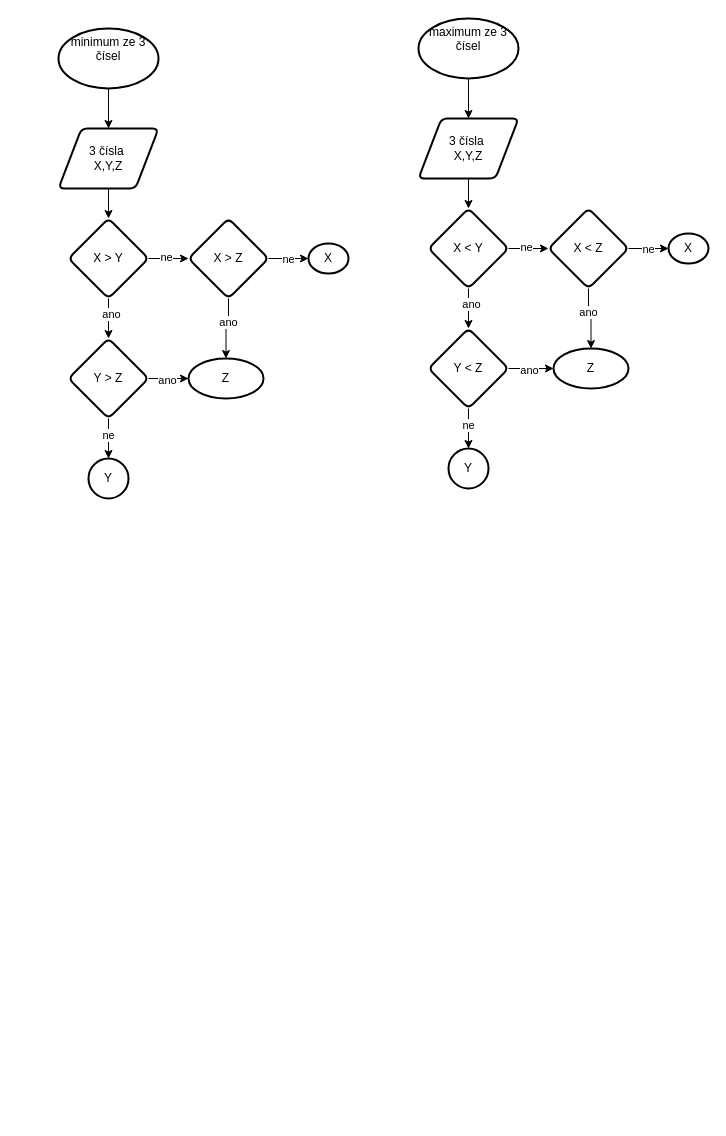
Above: 2023_IT/Algoritmy_VD/min_max_ze_tri_cisel_a_v_poli.drawio in JaroslavHolecek/SPS_for_students (draw.io), before the change. Source tidied: cells renumbered, new cells numbered last; positions are measured from the earlier drawing's top-left corner, leaving out a move shared by most shapes. Both pictures are drawn from the tidied source at 100%, with x=0, y=0 at pixel (58, 18).
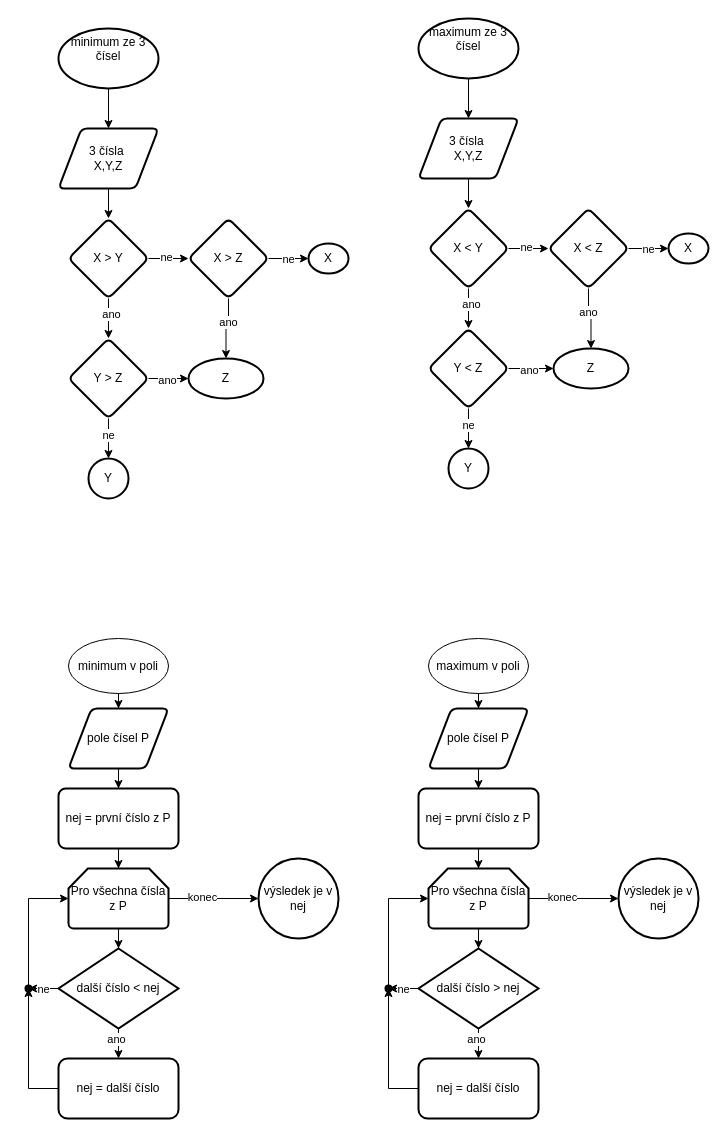
The same diagram, later.

The edit, as a diff of the source:
```diff
@@
+    <mxCell id="46" style="edgeStyle=orthogonalEdgeStyle;rounded=0;jettySize=auto;html=1;" parent="1" edge="1" source="47" target="49">
+      <mxGeometry relative="1" as="geometry" />
+    </mxCell>
+    <mxCell id="47" value="minimum v poli" style="ellipse;whiteSpace=wrap;html=1;" parent="1" vertex="1">
+      <mxGeometry x="10" y="620" width="100" height="55" as="geometry" />
+    </mxCell>
+    <mxCell id="48" style="edgeStyle=orthogonalEdgeStyle;rounded=0;jettySize=auto;html=1;" parent="1" edge="1" source="49" target="51">
+      <mxGeometry relative="1" as="geometry" />
+    </mxCell>
+    <mxCell id="49" value="pole čísel P" style="shape=parallelogram;html=1;strokeWidth=2;perimeter=parallelogramPerimeter;whiteSpace=wrap;rounded=1;arcSize=12;size=0.23;" parent="1" vertex="1">
+      <mxGeometry x="10" y="690" width="100" height="60" as="geometry" />
+    </mxCell>
+    <mxCell id="50" style="edgeStyle=orthogonalEdgeStyle;rounded=0;jettySize=auto;html=1;" parent="1" edge="1" source="51" target="55">
+      <mxGeometry relative="1" as="geometry" />
+    </mxCell>
+    <mxCell id="51" value="nej = první číslo z P" style="rounded=1;whiteSpace=wrap;html=1;strokeWidth=2;arcSize=12;" parent="1" vertex="1">
+      <mxGeometry y="770" width="120" height="60" as="geometry" />
+    </mxCell>
+    <mxCell id="52" style="edgeStyle=orthogonalEdgeStyle;rounded=0;jettySize=auto;html=1;" parent="1" edge="1" source="55" target="60">
+      <mxGeometry relative="1" as="geometry" />
+    </mxCell>
+    <mxCell id="53" style="edgeStyle=orthogonalEdgeStyle;rounded=0;jettySize=auto;html=1;" parent="1" edge="1" source="55" target="65">
+      <mxGeometry relative="1" as="geometry" />
+    </mxCell>
+    <mxCell id="54" value="konec" style="edgeLabel;html=1;align=center;verticalAlign=middle;" parent="53" vertex="1">
+      <mxGeometry x="-0.26" y="2" relative="1" as="geometry" />
+    </mxCell>
+    <mxCell id="55" value="Pro všechna čísla z P" style="strokeWidth=2;html=1;shape=mxgraph.flowchart.loop_limit;whiteSpace=wrap;" parent="1" vertex="1">
+      <mxGeometry x="10" y="850" width="100" height="60" as="geometry" />
+    </mxCell>
+    <mxCell id="56" style="edgeStyle=orthogonalEdgeStyle;rounded=0;jettySize=auto;html=1;" parent="1" edge="1" source="60" target="62">
+      <mxGeometry relative="1" as="geometry" />
+    </mxCell>
+    <mxCell id="57" value="ano" style="edgeLabel;html=1;align=center;verticalAlign=middle;" parent="56" vertex="1">
+      <mxGeometry x="0.18" y="-3" relative="1" as="geometry" />
+    </mxCell>
+    <mxCell id="58" style="edgeStyle=orthogonalEdgeStyle;rounded=0;jettySize=auto;html=1;entryX=0.2;entryY=0.45;entryDx=0;entryDy=0;entryPerimeter=0;" parent="1" edge="1" source="60" target="64">
+      <mxGeometry relative="1" as="geometry" />
+    </mxCell>
+    <mxCell id="59" value="ne" style="edgeLabel;html=1;align=center;verticalAlign=middle;" parent="58" vertex="1">
+      <mxGeometry x="-0.31" relative="1" as="geometry" />
+    </mxCell>
+    <mxCell id="60" value="další číslo &amp;lt; nej" style="rhombus;whiteSpace=wrap;html=1;strokeWidth=2;" parent="1" vertex="1">
+      <mxGeometry y="930" width="120" height="80" as="geometry" />
+    </mxCell>
+    <mxCell id="61" style="edgeStyle=orthogonalEdgeStyle;rounded=0;jettySize=auto;html=1;" parent="1" edge="1" source="62" target="64">
+      <mxGeometry relative="1" as="geometry" />
+    </mxCell>
+    <mxCell id="62" value="nej = další číslo" style="rounded=1;whiteSpace=wrap;html=1;strokeWidth=2;" parent="1" vertex="1">
+      <mxGeometry y="1040" width="120" height="60" as="geometry" />
+    </mxCell>
+    <mxCell id="63" style="edgeStyle=orthogonalEdgeStyle;rounded=0;jettySize=auto;html=1;" parent="1" edge="1" source="64" target="55">
+      <mxGeometry relative="1" as="geometry">
+        <Array as="points">
+          <mxPoint x="-30" y="880" />
+        </Array>
+      </mxGeometry>
+    </mxCell>
+    <mxCell id="64" style="shape=waypoint;sketch=0;size=6;points=[];fillColor=default;perimeter=centerPerimeter;snapToPoint=1;rounded=1;strokeWidth=2;" parent="1" vertex="1">
+      <mxGeometry x="-40" y="960" width="20" height="20" as="geometry" />
+    </mxCell>
+    <mxCell id="65" value="výsledek je v nej" style="ellipse;whiteSpace=wrap;html=1;strokeWidth=2;" parent="1" vertex="1">
+      <mxGeometry x="200" y="840" width="80" height="80" as="geometry" />
+    </mxCell>
+    <mxCell id="66" style="edgeStyle=orthogonalEdgeStyle;rounded=0;jettySize=auto;html=1;" parent="1" edge="1" source="67" target="69">
+      <mxGeometry relative="1" as="geometry" />
+    </mxCell>
+    <mxCell id="67" value="maximum v poli" style="ellipse;whiteSpace=wrap;html=1;" parent="1" vertex="1">
+      <mxGeometry x="370" y="620" width="100" height="55" as="geometry" />
+    </mxCell>
+    <mxCell id="68" style="edgeStyle=orthogonalEdgeStyle;rounded=0;jettySize=auto;html=1;" parent="1" edge="1" source="69" target="71">
+      <mxGeometry relative="1" as="geometry" />
+    </mxCell>
+    <mxCell id="69" value="pole čísel P" style="shape=parallelogram;html=1;strokeWidth=2;perimeter=parallelogramPerimeter;whiteSpace=wrap;rounded=1;arcSize=12;size=0.23;" parent="1" vertex="1">
+      <mxGeometry x="370" y="690" width="100" height="60" as="geometry" />
+    </mxCell>
+    <mxCell id="70" style="edgeStyle=orthogonalEdgeStyle;rounded=0;jettySize=auto;html=1;" parent="1" edge="1" source="71" target="75">
+      <mxGeometry relative="1" as="geometry" />
+    </mxCell>
+    <mxCell id="71" value="nej = první číslo z P" style="rounded=1;whiteSpace=wrap;html=1;strokeWidth=2;arcSize=12;" parent="1" vertex="1">
+      <mxGeometry x="360" y="770" width="120" height="60" as="geometry" />
+    </mxCell>
+    <mxCell id="72" style="edgeStyle=orthogonalEdgeStyle;rounded=0;jettySize=auto;html=1;" parent="1" edge="1" source="75" target="80">
+      <mxGeometry relative="1" as="geometry" />
+    </mxCell>
+    <mxCell id="73" style="edgeStyle=orthogonalEdgeStyle;rounded=0;jettySize=auto;html=1;" parent="1" edge="1" source="75" target="85">
+      <mxGeometry relative="1" as="geometry" />
+    </mxCell>
+    <mxCell id="74" value="konec" style="edgeLabel;html=1;align=center;verticalAlign=middle;" parent="73" vertex="1">
+      <mxGeometry x="-0.26" y="2" relative="1" as="geometry" />
+    </mxCell>
+    <mxCell id="75" value="Pro všechna čísla z P" style="strokeWidth=2;html=1;shape=mxgraph.flowchart.loop_limit;whiteSpace=wrap;" parent="1" vertex="1">
+      <mxGeometry x="370" y="850" width="100" height="60" as="geometry" />
+    </mxCell>
+    <mxCell id="76" style="edgeStyle=orthogonalEdgeStyle;rounded=0;jettySize=auto;html=1;" parent="1" edge="1" source="80" target="82">
+      <mxGeometry relative="1" as="geometry" />
+    </mxCell>
+    <mxCell id="77" value="ano" style="edgeLabel;html=1;align=center;verticalAlign=middle;" parent="76" vertex="1">
+      <mxGeometry x="0.18" y="-3" relative="1" as="geometry" />
+    </mxCell>
+    <mxCell id="78" style="edgeStyle=orthogonalEdgeStyle;rounded=0;jettySize=auto;html=1;entryX=0.2;entryY=0.45;entryDx=0;entryDy=0;entryPerimeter=0;" parent="1" edge="1" source="80" target="84">
+      <mxGeometry relative="1" as="geometry" />
+    </mxCell>
+    <mxCell id="79" value="ne" style="edgeLabel;html=1;align=center;verticalAlign=middle;" parent="78" vertex="1">
+      <mxGeometry x="-0.31" relative="1" as="geometry" />
+    </mxCell>
+    <mxCell id="80" value="další číslo &amp;gt; nej" style="rhombus;whiteSpace=wrap;html=1;strokeWidth=2;" parent="1" vertex="1">
+      <mxGeometry x="360" y="930" width="120" height="80" as="geometry" />
+    </mxCell>
+    <mxCell id="81" style="edgeStyle=orthogonalEdgeStyle;rounded=0;jettySize=auto;html=1;" parent="1" edge="1" source="82" target="84">
+      <mxGeometry relative="1" as="geometry" />
+    </mxCell>
+    <mxCell id="82" value="nej = další číslo" style="rounded=1;whiteSpace=wrap;html=1;strokeWidth=2;" parent="1" vertex="1">
+      <mxGeometry x="360" y="1040" width="120" height="60" as="geometry" />
+    </mxCell>
+    <mxCell id="83" style="edgeStyle=orthogonalEdgeStyle;rounded=0;jettySize=auto;html=1;" parent="1" edge="1" source="84" target="75">
+      <mxGeometry relative="1" as="geometry">
+        <Array as="points">
+          <mxPoint x="330" y="880" />
+        </Array>
+      </mxGeometry>
+    </mxCell>
+    <mxCell id="84" style="shape=waypoint;sketch=0;size=6;points=[];fillColor=default;perimeter=centerPerimeter;snapToPoint=1;rounded=1;strokeWidth=2;" parent="1" vertex="1">
+      <mxGeometry x="320" y="960" width="20" height="20" as="geometry" />
+    </mxCell>
+    <mxCell id="85" value="výsledek je v nej" style="ellipse;whiteSpace=wrap;html=1;strokeWidth=2;" parent="1" vertex="1">
+      <mxGeometry x="560" y="840" width="80" height="80" as="geometry" />
+    </mxCell>
```
